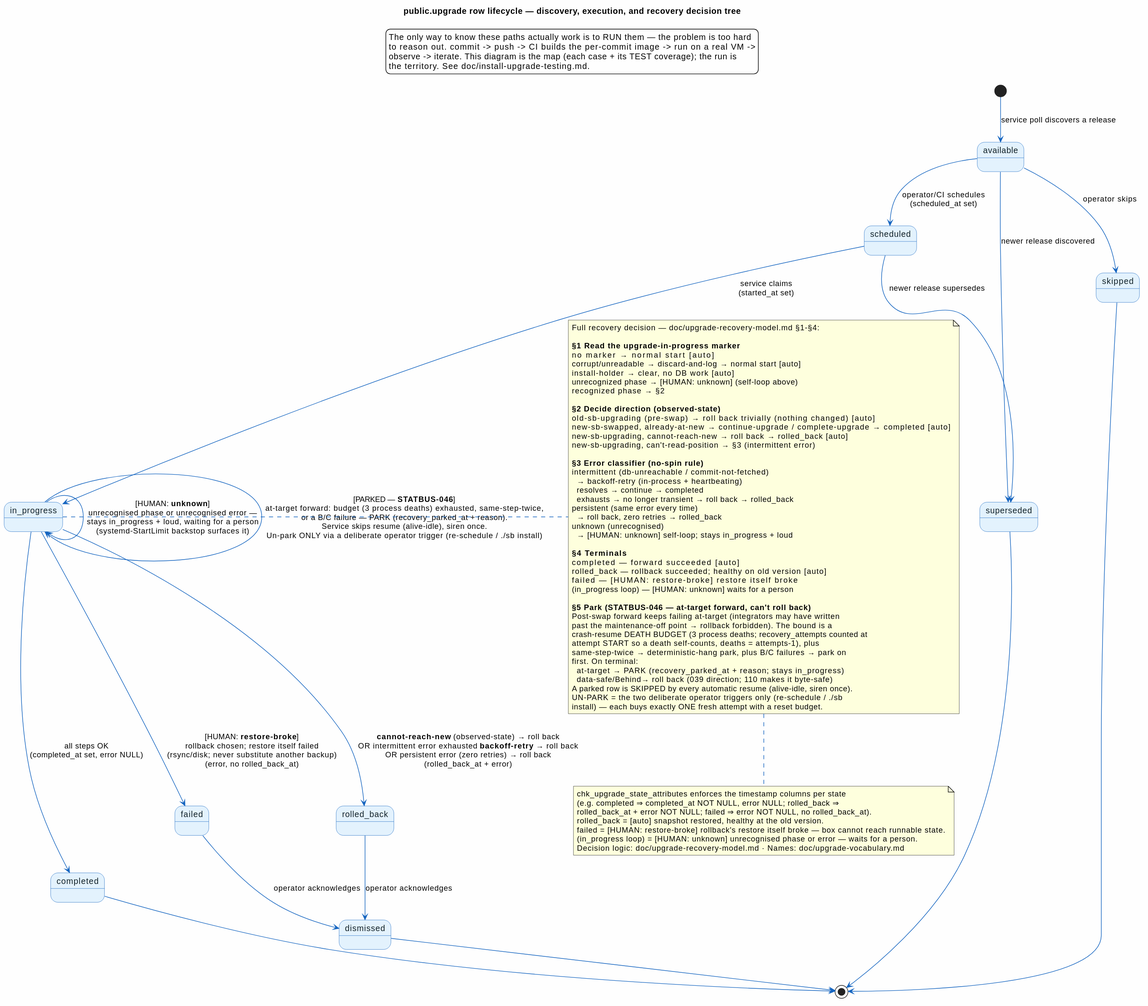
This is doc/diagrams/upgrade-lifecycle.svg from statisticsnorway/statbus, a PlantUML export, as it was before one commit.
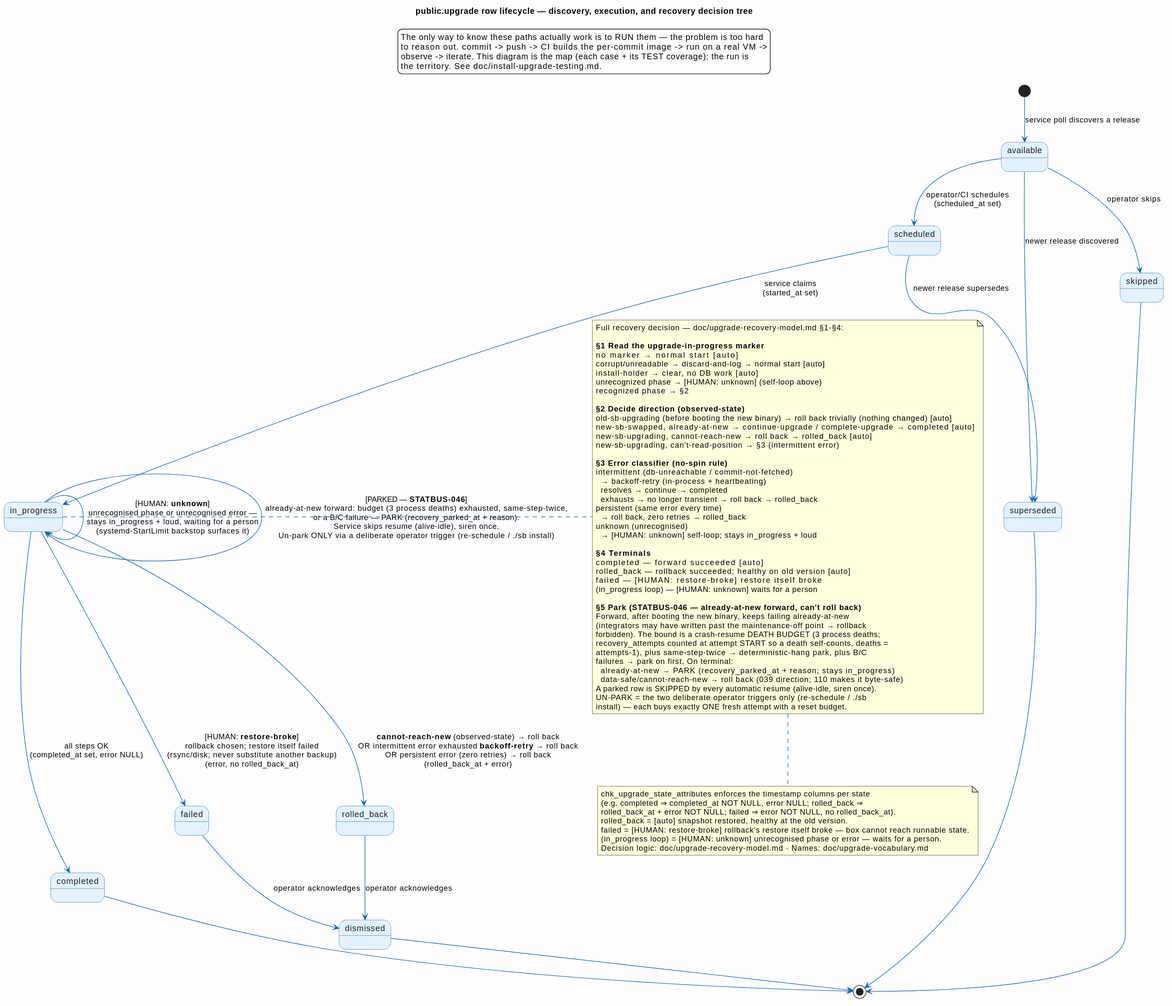
Above is the later version.

Commit message:
upgrade: operator-facing messages speak the ratified plain vocabulary

Change to the diagram source:
```diff
@@ -29,7 +29,7 @@
 
 in_progress --> in_progress : [HUMAN: **unknown**]\nunrecognised phase or unrecognised error —\nstays in_progress + loud, waiting for a person\n(systemd-StartLimit backstop surfaces it)
 
-in_progress --> in_progress : [PARKED — **STATBUS-046**]\nat-target forward: budget (3 process deaths) exhausted, same-step-twice,\nor a B/C failure — PARK (recovery_parked_at + reason).\nService skips resume (alive-idle), siren once.\nUn-park ONLY via a deliberate operator trigger (re-schedule / ./sb install)
+in_progress --> in_progress : [PARKED — **STATBUS-046**]\nalready-at-new forward: budget (3 process deaths) exhausted, same-step-twice,\nor a B/C failure — PARK (recovery_parked_at + reason).\nService skips resume (alive-idle), siren once.\nUn-park ONLY via a deliberate operator trigger (re-schedule / ./sb install)
 
 in_progress --> rolled_back : **cannot-reach-new** (observed-state) → roll back\nOR intermittent error exhausted **backoff-retry** → roll back\nOR persistent error (zero retries) → roll back\n(rolled_back_at + error)
 
@@ -46,7 +46,7 @@
   recognized phase   → §2
 
   **§2  Decide direction (observed-state)**
-  old-sb-upgrading (pre-swap)           → roll back trivially (nothing changed) [auto]
+  old-sb-upgrading (before booting the new binary) → roll back trivially (nothing changed) [auto]
   new-sb-swapped, already-at-new        → continue-upgrade / complete-upgrade → completed [auto]
   new-sb-upgrading, cannot-reach-new    → roll back → rolled_back [auto]
   new-sb-upgrading, can't-read-position → §3 (intermittent error)
@@ -67,15 +67,15 @@
   failed             — [HUMAN: restore-broke] restore itself broke
   (in_progress loop) — [HUMAN: unknown] waits for a person
 
-  **§5  Park (STATBUS-046 — at-target forward, can't roll back)**
-  Post-swap forward keeps failing at-target (integrators may have written
-  past the maintenance-off point → rollback forbidden). The bound is a
-  crash-resume DEATH BUDGET (3 process deaths; recovery_attempts counted at
-  attempt START so a death self-counts, deaths = attempts-1), plus
-  same-step-twice → deterministic-hang park, plus B/C failures → park on
-  first. On terminal:
-    at-target       → PARK  (recovery_parked_at + reason; stays in_progress)
-    data-safe/Behind→ roll back (039 direction; 110 makes it byte-safe)
+  **§5  Park (STATBUS-046 — already-at-new forward, can't roll back)**
+  Forward, after booting the new binary, keeps failing already-at-new
+  (integrators may have written past the maintenance-off point → rollback
+  forbidden). The bound is a crash-resume DEATH BUDGET (3 process deaths;
+  recovery_attempts counted at attempt START so a death self-counts, deaths =
+  attempts-1), plus same-step-twice → deterministic-hang park, plus B/C
+  failures → park on first. On terminal:
+    already-at-new        → PARK  (recovery_parked_at + reason; stays in_progress)
+    data-safe/cannot-reach-new → roll back (039 direction; 110 makes it byte-safe)
   A parked row is SKIPPED by every automatic resume (alive-idle, siren once).
   UN-PARK = the two deliberate operator triggers only (re-schedule / ./sb
   install) — each buys exactly ONE fresh attempt with a reset budget.
```
